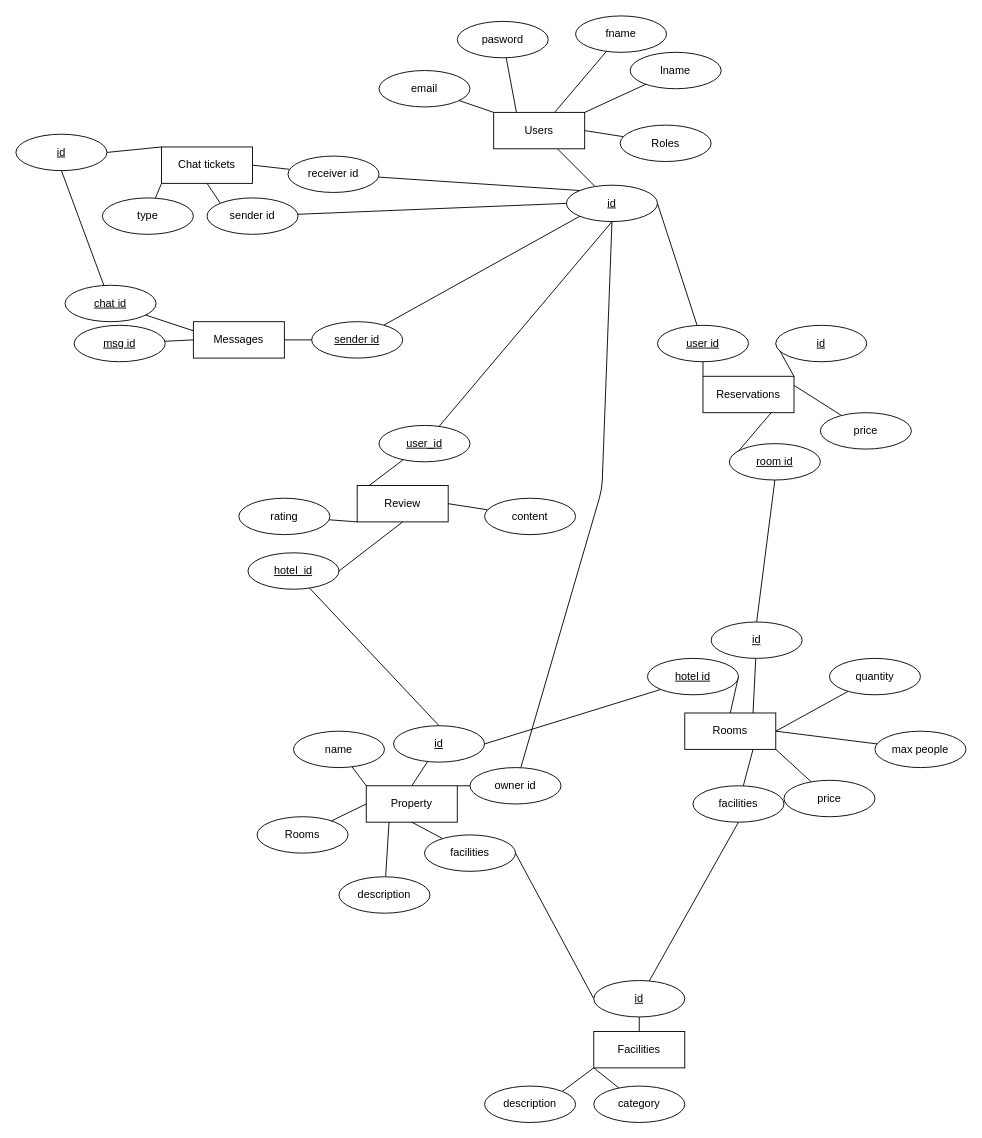
Before: db.drawio in Nv4n/travel-agency-fusion, a draw.io diagram. Source tidied: cells renumbered, new cells numbered last; positions are measured from the earlier drawing's top-left corner, leaving out a move shared by most shapes. Both pictures are drawn from the tidied source at 91%, with x=0, y=0 at pixel (15, 15).
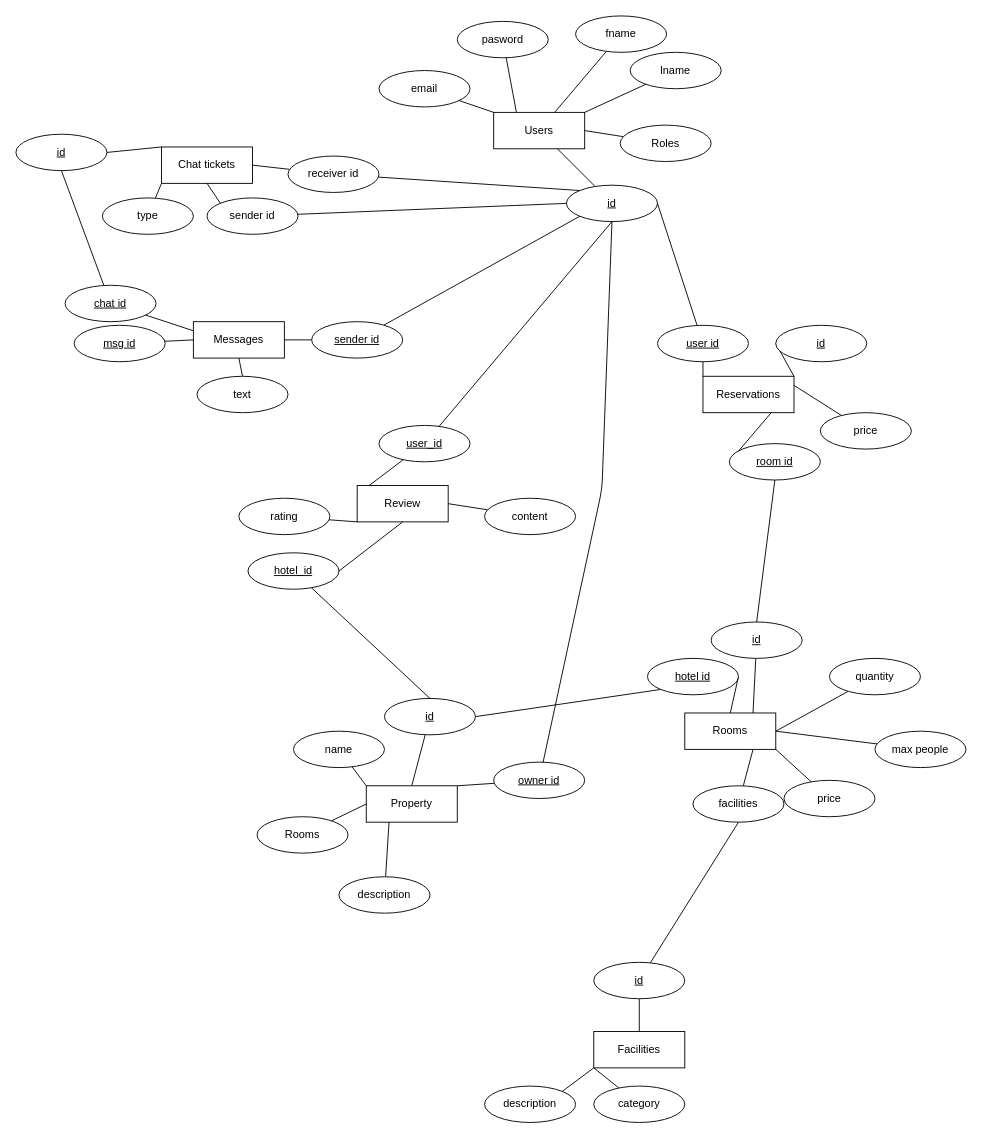
Above is the later version.

Unchanged cells that the change refers to:
```xml
<mxCell id="20" value="Property" style="whiteSpace=wrap;html=1;align=center;" parent="1" vertex="1">
  <mxGeometry x="385" y="846" width="100" height="40" as="geometry" />
</mxCell>
<mxCell id="81" value="Messages" style="whiteSpace=wrap;html=1;align=center;" parent="1" vertex="1">
  <mxGeometry x="195" y="336" width="100" height="40" as="geometry" />
</mxCell>
```

Diff of the diagram source:
```diff
@@
     <mxCell id="21" value="id" style="ellipse;whiteSpace=wrap;html=1;align=center;fontStyle=4;" parent="1" vertex="1">
-      <mxGeometry x="415" y="780" width="100" height="40" as="geometry" />
+      <mxGeometry x="405" y="750" width="100" height="40" as="geometry" />
     </mxCell>
@@
-    <mxCell id="28" style="edgeStyle=none;html=1;entryX=0.5;entryY=1;entryDx=0;entryDy=0;endArrow=none;endFill=0;noEdgeStyle=1;" parent="1" edge="1" source="30" target="20">
-      <mxGeometry relative="1" as="geometry" />
-    </mxCell>
-    <mxCell id="29" style="edgeStyle=none;html=1;exitX=1;exitY=0.5;exitDx=0;exitDy=0;entryX=0;entryY=0.5;entryDx=0;entryDy=0;endArrow=none;endFill=0;" parent="1" edge="1" source="30" target="41">
-      <mxGeometry relative="1" as="geometry" />
-    </mxCell>
-    <mxCell id="30" value="facilities" style="ellipse;whiteSpace=wrap;html=1;align=center;" parent="1" vertex="1">
-      <mxGeometry x="449" y="900" width="100" height="40" as="geometry" />
-    </mxCell>
@@
     <mxCell id="41" value="id" style="ellipse;whiteSpace=wrap;html=1;align=center;fontStyle=4;" parent="1" vertex="1">
-      <mxGeometry x="635" y="1060" width="100" height="40" as="geometry" />
+      <mxGeometry x="635" y="1040" width="100" height="40" as="geometry" />
     </mxCell>
@@
-    <mxCell id="93" value="owner id" style="ellipse;whiteSpace=wrap;html=1;align=center;strokeColor=default;" parent="1" vertex="1">
-      <mxGeometry x="499" y="826" width="100" height="40" as="geometry" />
+    <mxCell id="93" value="owner id" style="ellipse;whiteSpace=wrap;html=1;align=center;strokeColor=default;fontStyle=4;" parent="1" vertex="1">
+      <mxGeometry x="525" y="820" width="100" height="40" as="geometry" />
     </mxCell>
+    <mxCell id="94" style="edgeStyle=none;html=1;exitX=0.5;exitY=0;exitDx=0;exitDy=0;entryX=0.5;entryY=1;entryDx=0;entryDy=0;endArrow=none;endFill=0;" parent="1" edge="1" source="95" target="81">
+      <mxGeometry relative="1" as="geometry" />
+    </mxCell>
+    <mxCell id="95" value="text" style="ellipse;whiteSpace=wrap;html=1;align=center;" parent="1" vertex="1">
+      <mxGeometry x="199" y="396" width="100" height="40" as="geometry" />
+    </mxCell>
```
